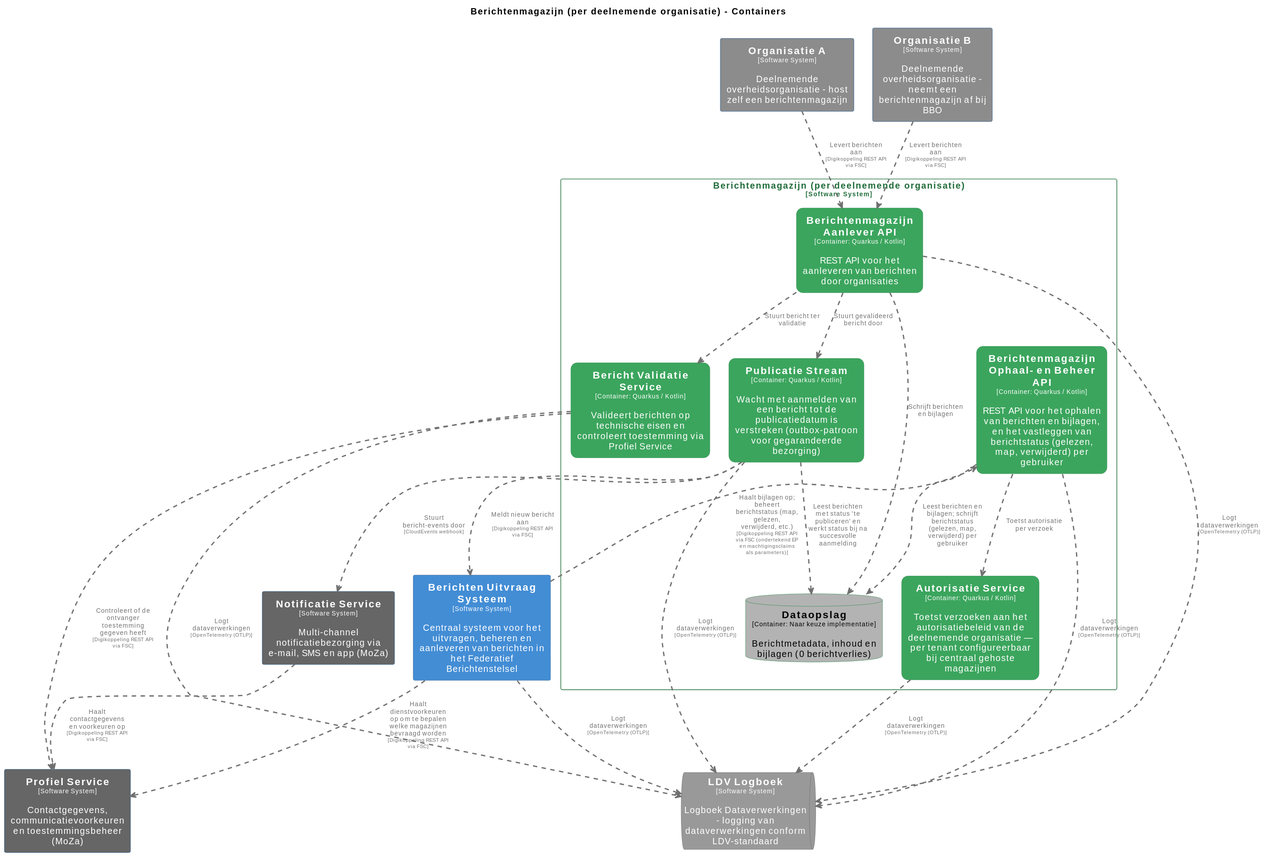
Before: pr-preview/pr-22/master/svg/BerichtenmagazijnContainers.svg, a diagram exported from PlantUML (MinBZK/moza-poc-fbs-berichtenbox). Its source is kept beside it as pr-preview/pr-22/master/puml/BerichtenmagazijnContainers.puml.
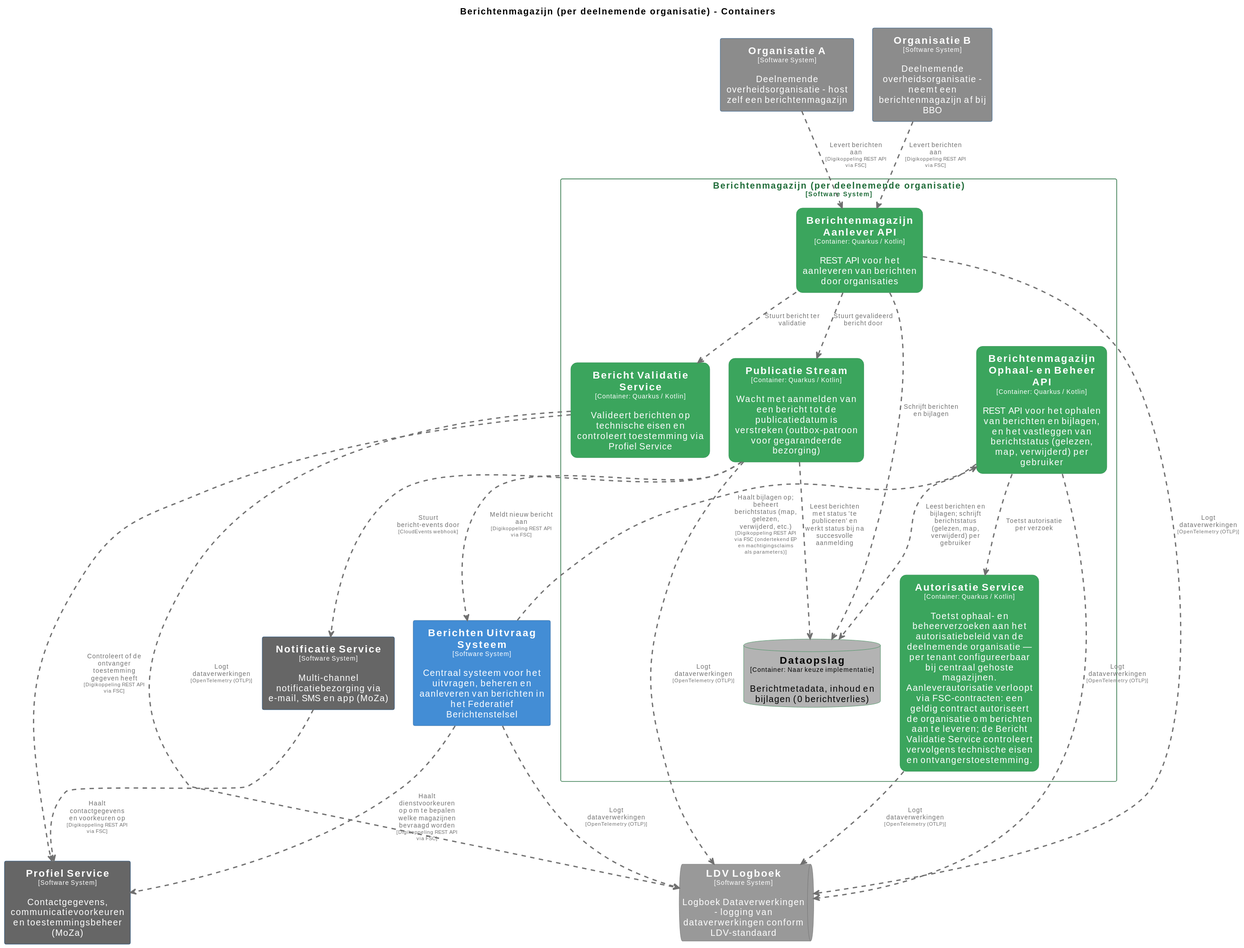
Later version of the same file.

Diff of the diagram source:
```diff
@@ -111,7 +111,7 @@
   database "==Dataopslag\n<size:10>[Container: Naar keuze implementatie]</size>\n\nBerichtmetadata, inhoud en bijlagen (0 berichtverlies)" <<Berichtenmagazijnperdeelnemendeorganisatie.Dataopslag>> as Berichtenmagazijnperdeelnemendeorganisatie.Dataopslag
   rectangle "==Bericht Validatie Service\n<size:10>[Container: Quarkus / Kotlin]</size>\n\nValideert berichten op technische eisen en controleert toestemming via Profiel Service" <<Berichtenmagazijnperdeelnemendeorganisatie.BerichtValidatieService>> as Berichtenmagazijnperdeelnemendeorganisatie.BerichtValidatieService
   rectangle "==Publicatie Stream\n<size:10>[Container: Quarkus / Kotlin]</size>\n\nWacht met aanmelden van een bericht tot de publicatiedatum is verstreken (outbox-patroon voor gegarandeerde bezorging)" <<Berichtenmagazijnperdeelnemendeorganisatie.PublicatieStream>> as Berichtenmagazijnperdeelnemendeorganisatie.PublicatieStream
-  rectangle "==Autorisatie Service\n<size:10>[Container: Quarkus / Kotlin]</size>\n\nToetst verzoeken aan het autorisatiebeleid van de deelnemende organisatie — per tenant configureerbaar bij centraal gehoste magazijnen" <<Berichtenmagazijnperdeelnemendeorganisatie.AutorisatieService>> as Berichtenmagazijnperdeelnemendeorganisatie.AutorisatieService
+  rectangle "==Autorisatie Service\n<size:10>[Container: Quarkus / Kotlin]</size>\n\nToetst ophaal- en beheerverzoeken aan het autorisatiebeleid van de deelnemende organisatie — per tenant configureerbaar bij centraal gehoste magazijnen. Aanleverautorisatie verloopt via FSC-contracten: een geldig contract autoriseert de organisatie om berichten aan te leveren; de Bericht Validatie Service controleert vervolgens technische eisen en ontvangerstoestemming." <<Berichtenmagazijnperdeelnemendeorganisatie.AutorisatieService>> as Berichtenmagazijnperdeelnemendeorganisatie.AutorisatieService
 }
 
 Berichtenmagazijnperdeelnemendeorganisatie.BerichtValidatieService .[#707070,thickness=2].> ProfielService : "<color:#707070>Controleert of de ontvanger toestemming gegeven heeft\n<color:#707070><size:8>[Digikoppeling REST API via FSC]</size>"
```
